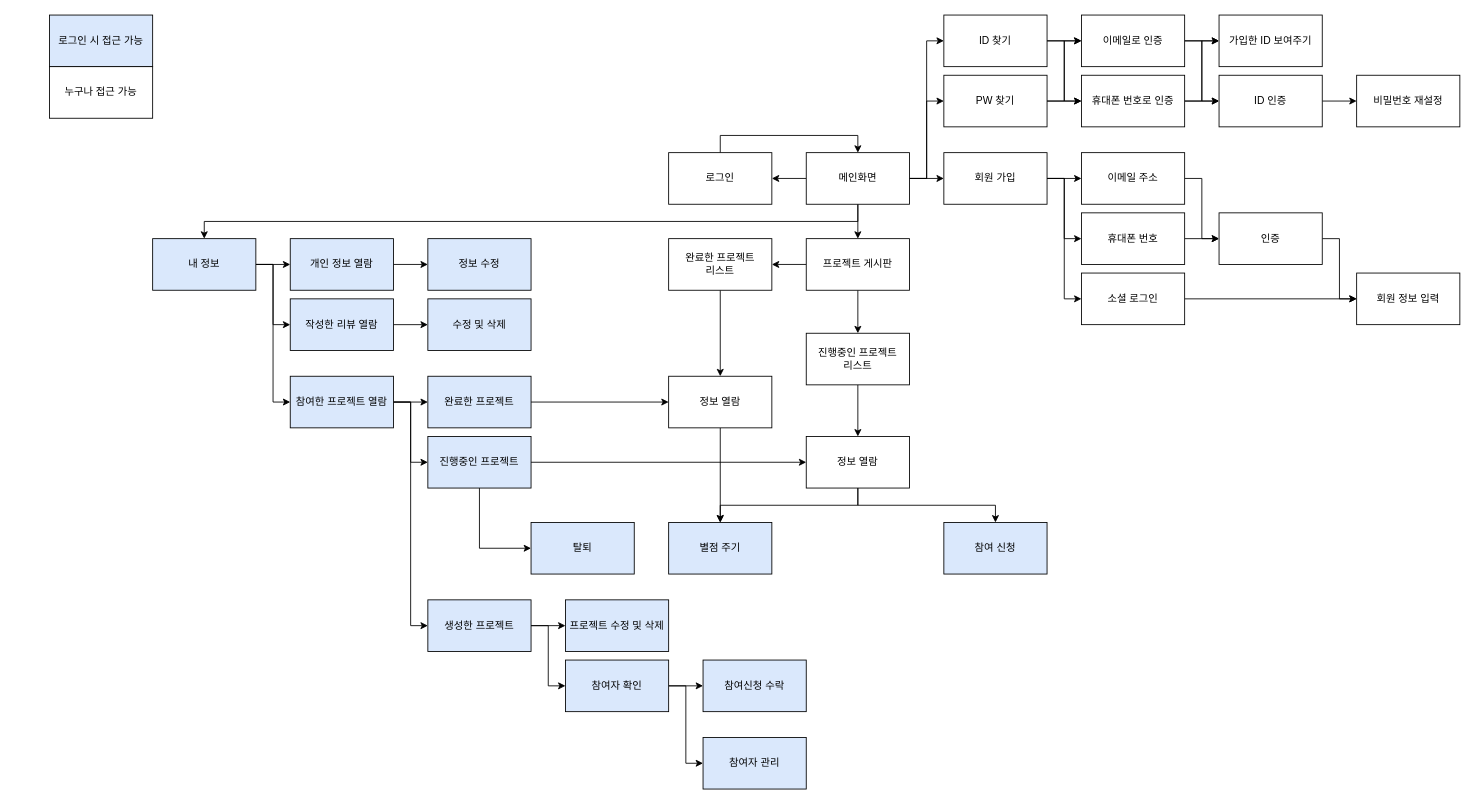
This is party-recruit.drawio from Aierse/Party-Recruit, a draw.io file, before an edit. Source tidied: cells renumbered, new cells numbered last; positions are measured from the earlier drawing's top-left corner, leaving out a move shared by most shapes. Both pictures are drawn from the tidied source at 86%, with x=0, y=0 at pixel (49, 15).
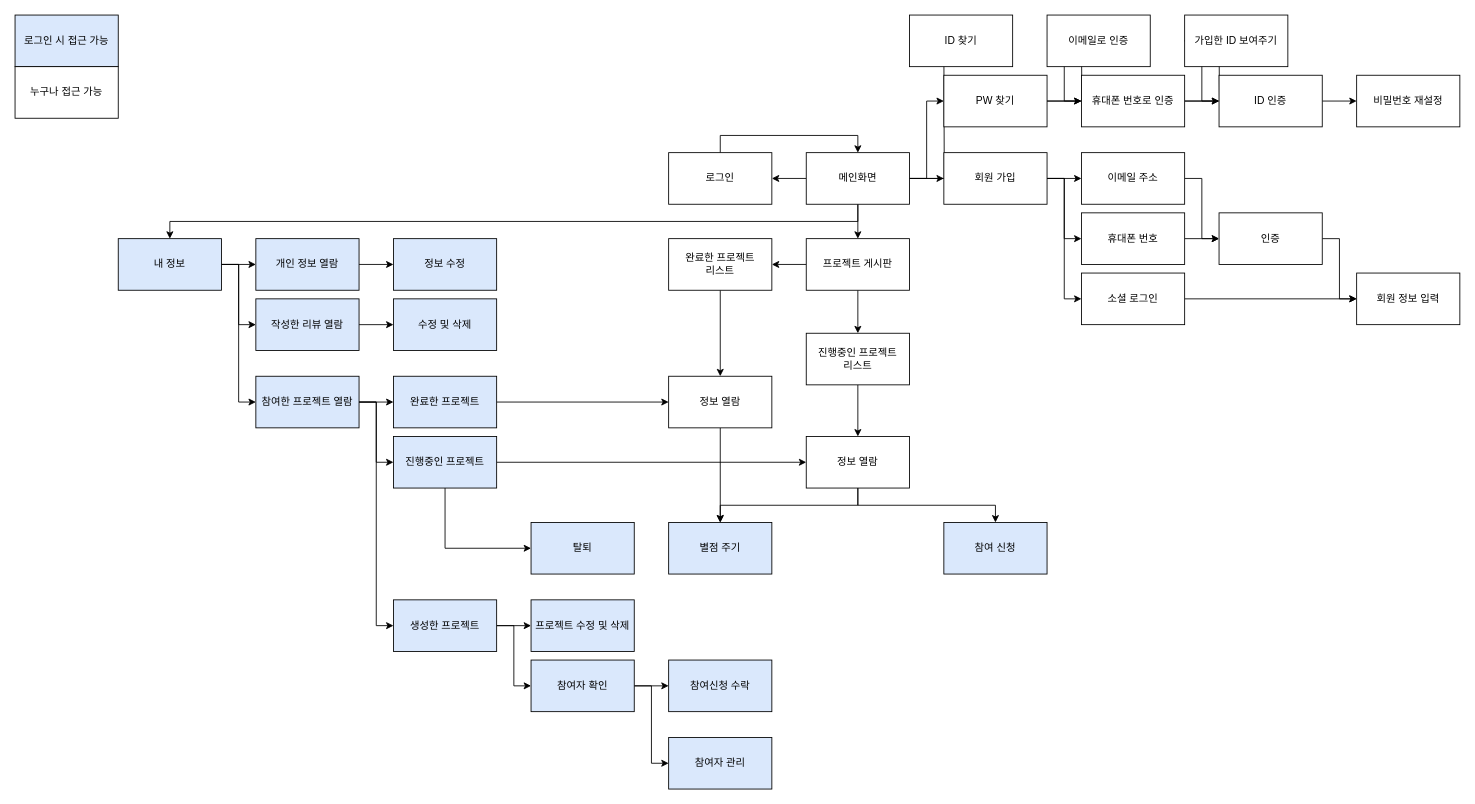
The same diagram, later.

Unchanged cells that the change refers to:
```xml
<mxCell id="8" value="메인화면" style="rounded=0;whiteSpace=wrap;html=1;" parent="1" vertex="1">
  <mxGeometry x="880" y="160" width="120" height="60" as="geometry" />
</mxCell>
<mxCell id="37" value="PW 찾기" style="rounded=0;whiteSpace=wrap;html=1;" parent="1" vertex="1">
  <mxGeometry x="1040" y="70" width="120" height="60" as="geometry" />
</mxCell>
<mxCell id="43" value="휴대폰 번호로 인증" style="rounded=0;whiteSpace=wrap;html=1;" parent="1" vertex="1">
  <mxGeometry x="1200" y="70" width="120" height="60" as="geometry" />
</mxCell>
<mxCell id="49" value="ID 인증" style="rounded=0;whiteSpace=wrap;html=1;" parent="1" vertex="1">
  <mxGeometry x="1360" y="70" width="120" height="60" as="geometry" />
</mxCell>
```

Diff of the diagram source:
```diff
@@
-    <mxCell id="3" style="edgeStyle=orthogonalEdgeStyle;rounded=0;jettySize=auto;html=1;exitX=1;exitY=0.5;exitDx=0;exitDy=0;entryX=0;entryY=0.5;entryDx=0;entryDy=0;" parent="1" edge="1" source="8" target="40">
-      <mxGeometry relative="1" as="geometry" />
+    <mxCell id="3" style="edgeStyle=orthogonalEdgeStyle;rounded=0;jettySize=auto;html=1;exitX=1;exitY=0.5;exitDx=0;exitDy=0;entryX=0;entryY=0.5;entryDx=0;entryDy=0;" parent="1" edge="1" source="8">
+      <mxGeometry relative="1" as="geometry">
+        <mxPoint x="1040" y="30" as="targetPoint" />
+      </mxGeometry>
     </mxCell>
@@
     <mxCell id="15" value="내 정보" style="rounded=0;whiteSpace=wrap;html=1;fillColor=#dae8fc;strokeColor=#000000;" parent="1" vertex="1">
-      <mxGeometry x="120" y="260" width="120" height="60" as="geometry" />
+      <mxGeometry x="80" y="260" width="120" height="60" as="geometry" />
     </mxCell>
     <mxCell id="16" value="로그인 시 접근 가능" style="rounded=0;whiteSpace=wrap;html=1;fillColor=#dae8fc;strokeColor=#000000;" parent="1" vertex="1">
-      <mxGeometry width="120" height="60" as="geometry" />
+      <mxGeometry x="-40" width="120" height="60" as="geometry" />
     </mxCell>
     <mxCell id="17" value="누구나 접근 가능" style="rounded=0;whiteSpace=wrap;html=1;" parent="1" vertex="1">
-      <mxGeometry y="60" width="120" height="60" as="geometry" />
+      <mxGeometry x="-40" y="60" width="120" height="60" as="geometry" />
     </mxCell>
@@
-    <mxCell id="36" style="edgeStyle=orthogonalEdgeStyle;rounded=0;jettySize=auto;html=1;exitX=1;exitY=0.5;exitDx=0;exitDy=0;entryX=0;entryY=0.5;entryDx=0;entryDy=0;" parent="1" edge="1" source="37" target="46">
-      <mxGeometry relative="1" as="geometry" />
+    <mxCell id="36" style="edgeStyle=orthogonalEdgeStyle;rounded=0;jettySize=auto;html=1;exitX=1;exitY=0.5;exitDx=0;exitDy=0;entryX=0;entryY=0.5;entryDx=0;entryDy=0;" parent="1" edge="1" source="37">
+      <mxGeometry relative="1" as="geometry">
+        <mxPoint x="1200" y="30" as="targetPoint" />
+      </mxGeometry>
     </mxCell>
@@
-    <mxCell id="38" style="edgeStyle=orthogonalEdgeStyle;rounded=0;jettySize=auto;html=1;exitX=1;exitY=0.5;exitDx=0;exitDy=0;entryX=0;entryY=0.5;entryDx=0;entryDy=0;" parent="1" edge="1" source="40" target="43">
-      <mxGeometry relative="1" as="geometry" />
+    <mxCell id="38" style="edgeStyle=orthogonalEdgeStyle;rounded=0;jettySize=auto;html=1;exitX=1;exitY=0.5;exitDx=0;exitDy=0;entryX=0;entryY=0.5;entryDx=0;entryDy=0;" parent="1" edge="1" target="43">
+      <mxGeometry relative="1" as="geometry">
+        <mxPoint x="1160" y="30" as="sourcePoint" />
+      </mxGeometry>
     </mxCell>
-    <mxCell id="39" style="edgeStyle=orthogonalEdgeStyle;rounded=0;jettySize=auto;html=1;exitX=1;exitY=0.5;exitDx=0;exitDy=0;entryX=0;entryY=0.5;entryDx=0;entryDy=0;" parent="1" edge="1" source="40" target="46">
-      <mxGeometry relative="1" as="geometry" />
+    <mxCell id="39" style="edgeStyle=orthogonalEdgeStyle;rounded=0;orthogonalLoop=1;jettySize=auto;html=1;exitX=1;exitY=0.5;exitDx=0;exitDy=0;entryX=0;entryY=0.5;entryDx=0;entryDy=0;" parent="1" edge="1">
+      <mxGeometry relative="1" as="geometry">
+        <mxPoint x="1160" y="30" as="sourcePoint" />
+        <mxPoint x="1200" y="30" as="targetPoint" />
+      </mxGeometry>
     </mxCell>
     <mxCell id="40" value="ID 찾기" style="rounded=0;whiteSpace=wrap;html=1;" parent="1" vertex="1">
-      <mxGeometry x="1040" width="120" height="60" as="geometry" />
+      <mxGeometry x="1000" width="120" height="60" as="geometry" />
     </mxCell>
-    <mxCell id="41" style="edgeStyle=orthogonalEdgeStyle;rounded=0;jettySize=auto;html=1;exitX=1;exitY=0.5;exitDx=0;exitDy=0;entryX=0;entryY=0.5;entryDx=0;entryDy=0;" parent="1" edge="1" source="43" target="47">
-      <mxGeometry relative="1" as="geometry" />
+    <mxCell id="41" style="edgeStyle=orthogonalEdgeStyle;rounded=0;jettySize=auto;html=1;exitX=1;exitY=0.5;exitDx=0;exitDy=0;entryX=0;entryY=0.5;entryDx=0;entryDy=0;" parent="1" edge="1" source="43">
+      <mxGeometry relative="1" as="geometry">
+        <mxPoint x="1360" y="30" as="targetPoint" />
+      </mxGeometry>
     </mxCell>
@@
-    <mxCell id="44" style="edgeStyle=orthogonalEdgeStyle;rounded=0;jettySize=auto;html=1;exitX=1;exitY=0.5;exitDx=0;exitDy=0;entryX=0;entryY=0.5;entryDx=0;entryDy=0;" parent="1" edge="1" source="46" target="47">
-      <mxGeometry relative="1" as="geometry" />
+    <mxCell id="44" style="edgeStyle=orthogonalEdgeStyle;rounded=0;orthogonalLoop=1;jettySize=auto;html=1;exitX=1;exitY=0.5;exitDx=0;exitDy=0;entryX=0;entryY=0.5;entryDx=0;entryDy=0;" parent="1" edge="1">
+      <mxGeometry relative="1" as="geometry">
+        <mxPoint x="1320" y="30" as="sourcePoint" />
+        <mxPoint x="1360" y="30" as="targetPoint" />
+      </mxGeometry>
     </mxCell>
-    <mxCell id="45" style="edgeStyle=orthogonalEdgeStyle;rounded=0;jettySize=auto;html=1;exitX=1;exitY=0.5;exitDx=0;exitDy=0;entryX=0;entryY=0.5;entryDx=0;entryDy=0;" parent="1" edge="1" source="46" target="49">
-      <mxGeometry relative="1" as="geometry" />
+    <mxCell id="45" style="edgeStyle=orthogonalEdgeStyle;rounded=0;jettySize=auto;html=1;exitX=1;exitY=0.5;exitDx=0;exitDy=0;entryX=0;entryY=0.5;entryDx=0;entryDy=0;" parent="1" edge="1" target="49">
+      <mxGeometry relative="1" as="geometry">
+        <mxPoint x="1320" y="30" as="sourcePoint" />
+      </mxGeometry>
     </mxCell>
     <mxCell id="46" value="이메일로 인증" style="rounded=0;whiteSpace=wrap;html=1;" parent="1" vertex="1">
-      <mxGeometry x="1200" width="120" height="60" as="geometry" />
+      <mxGeometry x="1160" width="120" height="60" as="geometry" />
     </mxCell>
     <mxCell id="47" value="가입한 ID 보여주기" style="rounded=0;whiteSpace=wrap;html=1;" parent="1" vertex="1">
-      <mxGeometry x="1360" width="120" height="60" as="geometry" />
+      <mxGeometry x="1320" width="120" height="60" as="geometry" />
     </mxCell>
@@
     <mxCell id="51" value="정보 수정" style="rounded=0;whiteSpace=wrap;html=1;fillColor=#dae8fc;strokeColor=#000000;" parent="1" vertex="1">
-      <mxGeometry x="440" y="260" width="120" height="60" as="geometry" />
+      <mxGeometry x="400" y="260" width="120" height="60" as="geometry" />
     </mxCell>
@@
     <mxCell id="53" value="개인 정보 열람" style="rounded=0;whiteSpace=wrap;html=1;fillColor=#dae8fc;strokeColor=#000000;" parent="1" vertex="1">
-      <mxGeometry x="280" y="260" width="120" height="60" as="geometry" />
+      <mxGeometry x="240" y="260" width="120" height="60" as="geometry" />
     </mxCell>
@@
     <mxCell id="57" value="참여한 프로젝트 열람" style="rounded=0;whiteSpace=wrap;html=1;fillColor=#dae8fc;strokeColor=#000000;" parent="1" vertex="1">
-      <mxGeometry x="280" y="420" width="120" height="60" as="geometry" />
+      <mxGeometry x="240" y="420" width="120" height="60" as="geometry" />
     </mxCell>
@@
     <mxCell id="59" value="작성한 리뷰 열람" style="rounded=0;whiteSpace=wrap;html=1;fillColor=#dae8fc;strokeColor=#000000;" parent="1" vertex="1">
-      <mxGeometry x="280" y="330" width="120" height="60" as="geometry" />
+      <mxGeometry x="240" y="330" width="120" height="60" as="geometry" />
     </mxCell>
     <mxCell id="60" value="수정 및 삭제" style="rounded=0;whiteSpace=wrap;html=1;fillColor=#dae8fc;strokeColor=#000000;" parent="1" vertex="1">
-      <mxGeometry x="440" y="330" width="120" height="60" as="geometry" />
+      <mxGeometry x="400" y="330" width="120" height="60" as="geometry" />
     </mxCell>
@@
     <mxCell id="63" value="진행중인 프로젝트" style="rounded=0;whiteSpace=wrap;html=1;fillColor=#dae8fc;strokeColor=#000000;" parent="1" vertex="1">
-      <mxGeometry x="440" y="490" width="120" height="60" as="geometry" />
+      <mxGeometry x="400" y="490" width="120" height="60" as="geometry" />
     </mxCell>
@@
     <mxCell id="65" value="완료한 프로젝트" style="rounded=0;whiteSpace=wrap;html=1;fillColor=#dae8fc;strokeColor=#000000;" parent="1" vertex="1">
-      <mxGeometry x="440" y="420" width="120" height="60" as="geometry" />
+      <mxGeometry x="400" y="420" width="120" height="60" as="geometry" />
     </mxCell>
@@
     <mxCell id="68" value="생성한 프로젝트" style="rounded=0;whiteSpace=wrap;html=1;fillColor=#dae8fc;strokeColor=#000000;" parent="1" vertex="1">
-      <mxGeometry x="440" y="680" width="120" height="60" as="geometry" />
+      <mxGeometry x="400" y="680" width="120" height="60" as="geometry" />
     </mxCell>
@@
     <mxCell id="79" value="프로젝트 수정 및 삭제" style="rounded=0;whiteSpace=wrap;html=1;fillColor=#dae8fc;strokeColor=#000000;" parent="1" vertex="1">
-      <mxGeometry x="600" y="680" width="120" height="60" as="geometry" />
+      <mxGeometry x="560" y="680" width="120" height="60" as="geometry" />
     </mxCell>
@@
     <mxCell id="82" value="참여자 확인" style="rounded=0;whiteSpace=wrap;html=1;fillColor=#dae8fc;strokeColor=#000000;" parent="1" vertex="1">
-      <mxGeometry x="600" y="750" width="120" height="60" as="geometry" />
+      <mxGeometry x="560" y="750" width="120" height="60" as="geometry" />
     </mxCell>
     <mxCell id="83" value="참여신청 수락" style="rounded=0;whiteSpace=wrap;html=1;fillColor=#dae8fc;strokeColor=#000000;" parent="1" vertex="1">
-      <mxGeometry x="760" y="750" width="120" height="60" as="geometry" />
+      <mxGeometry x="720" y="750" width="120" height="60" as="geometry" />
     </mxCell>
     <mxCell id="84" value="참여자 관리" style="rounded=0;whiteSpace=wrap;html=1;fillColor=#dae8fc;strokeColor=#000000;" parent="1" vertex="1">
-      <mxGeometry x="760" y="840" width="120" height="60" as="geometry" />
+      <mxGeometry x="720" y="840" width="120" height="60" as="geometry" />
     </mxCell>
```
